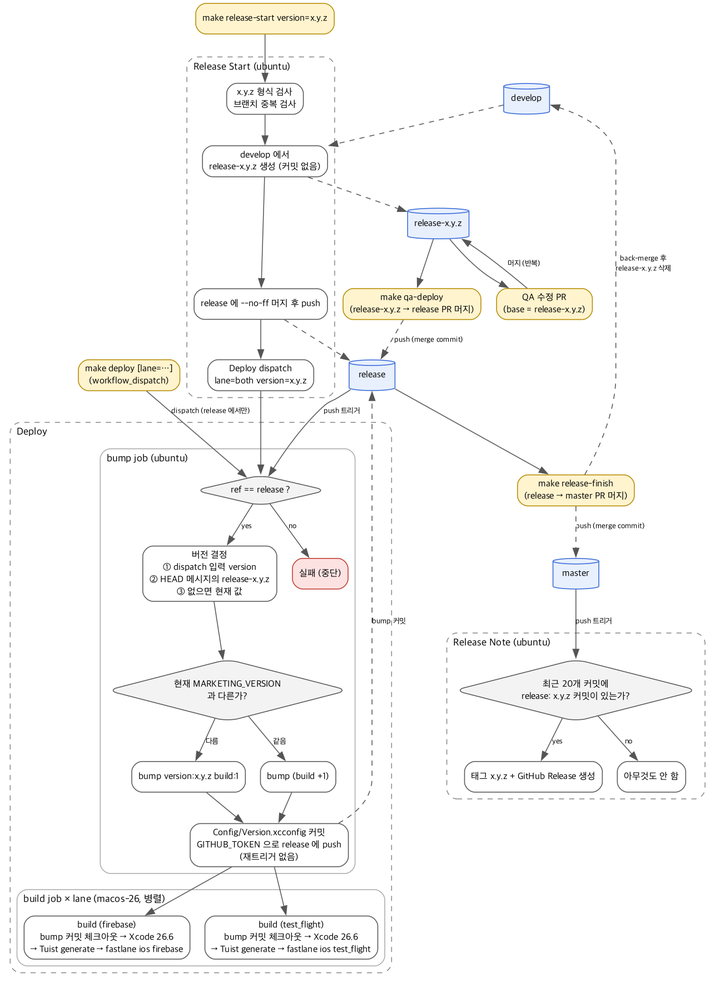
Before: docs/github-actions-flow.png, a diagram exported from Graphviz (JunHyeok0206/iOS-release-pipeline-sandbox). Its source is kept beside it as docs/github-actions-flow.dot. Source of this version:
```dot
digraph GitHubActionsFlow {
    rankdir=TB
    newrank=true
    fontname="Apple SD Gothic Neo"
    node  [fontname="Apple SD Gothic Neo", shape=box, style="rounded,filled", fillcolor="#FFFFFF", color="#555555", fontsize=11]
    edge  [fontname="Apple SD Gothic Neo", fontsize=9, color="#555555"]
    graph [fontsize=12, labeljust=l]

    node [shape=cylinder, style=filled, fillcolor="#E8F0FE", color="#3367D6"]
    develop   [label="develop"]
    relx      [label="release-x.y.z"]
    release   [label="release"]
    master    [label="master"]

    node [shape=box, style="rounded,filled", fillcolor="#FFF4CE", color="#B58900"]
    cmd_start  [label="make release-start version=x.y.z"]
    cmd_qa     [label="make qa-deploy\n(release-x.y.z → release PR 머지)"]
    cmd_deploy [label="make deploy [lane=…]\n(workflow_dispatch)"]
    cmd_finish [label="make release-finish\n(release → master PR 머지)"]
    fixpr      [label="QA 수정 PR\n(base = release-x.y.z)"]

    subgraph cluster_start {
        label="Release Start (ubuntu)"
        style="rounded,dashed"; color="#888888"
        node [fillcolor="#FFFFFF", color="#555555"]
        s1 [label="x.y.z 형식 검사\n브랜치 중복 검사"]
        s2 [label="develop 에서\nrelease-x.y.z 생성 (커밋 없음)"]
        s3 [label="release 에 --no-ff 머지 후 push"]
        s4 [label="Deploy dispatch\nlane=both version=x.y.z"]
        s1 -> s2 -> s3 -> s4
    }

    subgraph cluster_deploy {
        label="Deploy"
        style="rounded,dashed"; color="#888888"
        node [fillcolor="#FFFFFF", color="#555555"]

        subgraph cluster_bump {
            label="bump job (ubuntu)"
            style="rounded"; color="#AAAAAA"
            b0 [label="ref == release ?", shape=diamond, fillcolor="#F3F3F3"]
            b1 [label="버전 결정\n① dispatch 입력 version\n② HEAD 메시지의 release-x.y.z\n③ 없으면 현재 값"]
            b2 [label="현재 MARKETING_VERSION\n과 다른가?", shape=diamond, fillcolor="#F3F3F3"]
            b3 [label="bump version:x.y.z build:1"]
            b4 [label="bump (build +1)"]
            b5 [label="Config/Version.xcconfig 커밋\nGITHUB_TOKEN 으로 release 에 push\n(재트리거 없음)"]
            bfail [label="실패 (중단)", fillcolor="#FDE2E2", color="#C0392B"]
            b0 -> b1 [label="yes"]
            b0 -> bfail [label="no"]
            b1 -> b2
            b2 -> b3 [label="다름"]
            b2 -> b4 [label="같음"]
            b3 -> b5
            b4 -> b5
        }

        subgraph cluster_build {
            label="build job × lane (macos-26, 병렬)"
            style="rounded"; color="#AAAAAA"
            f1 [label="build (firebase)\nbump 커밋 체크아웃 → Xcode 26.6\n→ Tuist generate → fastlane ios firebase"]
            t1 [label="build (test_flight)\nbump 커밋 체크아웃 → Xcode 26.6\n→ Tuist generate → fastlane ios test_flight"]
        }
        b5 -> f1
        b5 -> t1
        { rank=same; f1; t1 }
    }

    subgraph cluster_note {
        label="Release Note (ubuntu)"
        style="rounded,dashed"; color="#888888"
        node [fillcolor="#FFFFFF", color="#555555"]
        n1 [label="최근 20개 커밋에\nrelease: x.y.z 커밋이 있는가?", shape=diamond, fillcolor="#F3F3F3"]
        n2 [label="태그 x.y.z + GitHub Release 생성"]
        n3 [label="아무것도 안 함"]
        n1 -> n2 [label="yes"]
        n1 -> n3 [label="no"]
    }

    cmd_start -> s1
    develop -> s2 [style=dashed]
    s2 -> relx [style=dashed]
    s3 -> release [style=dashed]
    s4 -> b0

    relx -> fixpr
    fixpr -> relx [label="머지 (반복)"]
    relx -> cmd_qa
    cmd_qa -> release [label="push (merge commit)", style=dashed]
    release -> b0 [label="push 트리거"]
    cmd_deploy -> b0 [label="dispatch (release 에서만)"]
    b5 -> release [style=dashed, label="bump 커밋"]

    release -> cmd_finish
    cmd_finish -> master [label="push (merge commit)", style=dashed]
    master -> n1 [label="push 트리거"]
    cmd_finish -> develop [label="back-merge 후\nrelease-x.y.z 삭제", style=dashed]
}
```
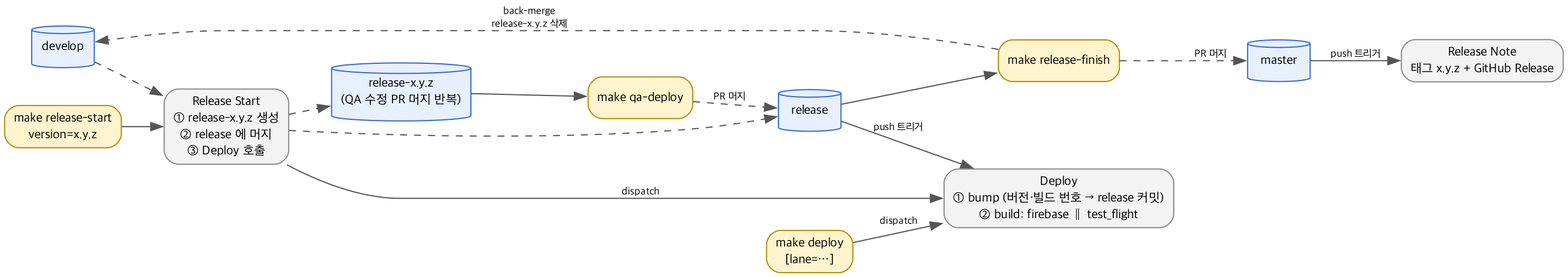
Above is the later version.

Commit message:
docs: GitHub Actions 순서도를 워크플로 단위로 간략화

Diff of the diagram source:
```diff
@@ -1,97 +1,40 @@
 digraph GitHubActionsFlow {
-    rankdir=TB
-    newrank=true
+    rankdir=LR
     fontname="Apple SD Gothic Neo"
-    node  [fontname="Apple SD Gothic Neo", shape=box, style="rounded,filled", fillcolor="#FFFFFF", color="#555555", fontsize=11]
+    node  [fontname="Apple SD Gothic Neo", fontsize=11]
     edge  [fontname="Apple SD Gothic Neo", fontsize=9, color="#555555"]
-    graph [fontsize=12, labeljust=l]
 
     node [shape=cylinder, style=filled, fillcolor="#E8F0FE", color="#3367D6"]
-    develop   [label="develop"]
-    relx      [label="release-x.y.z"]
-    release   [label="release"]
-    master    [label="master"]
+    develop [label="develop"]
+    relx    [label="release-x.y.z\n(QA 수정 PR 머지 반복)"]
+    release [label="release"]
+    master  [label="master"]
 
     node [shape=box, style="rounded,filled", fillcolor="#FFF4CE", color="#B58900"]
-    cmd_start  [label="make release-start version=x.y.z"]
-    cmd_qa     [label="make qa-deploy\n(release-x.y.z → release PR 머지)"]
-    cmd_deploy [label="make deploy [lane=…]\n(workflow_dispatch)"]
-    cmd_finish [label="make release-finish\n(release → master PR 머지)"]
-    fixpr      [label="QA 수정 PR\n(base = release-x.y.z)"]
+    cmd_start  [label="make release-start\nversion=x.y.z"]
+    cmd_qa     [label="make qa-deploy"]
+    cmd_deploy [label="make deploy\n[lane=…]"]
+    cmd_finish [label="make release-finish"]
 
-    subgraph cluster_start {
-        label="Release Start (ubuntu)"
-        style="rounded,dashed"; color="#888888"
-        node [fillcolor="#FFFFFF", color="#555555"]
-        s1 [label="x.y.z 형식 검사\n브랜치 중복 검사"]
-        s2 [label="develop 에서\nrelease-x.y.z 생성 (커밋 없음)"]
-        s3 [label="release 에 --no-ff 머지 후 push"]
-        s4 [label="Deploy dispatch\nlane=both version=x.y.z"]
-        s1 -> s2 -> s3 -> s4
-    }
+    node [shape=box, style="rounded,filled", fillcolor="#F3F3F3", color="#888888"]
+    wf_start  [label="Release Start\n① release-x.y.z 생성\n② release 에 머지\n③ Deploy 호출"]
+    wf_deploy [label="Deploy\n① bump (버전·빌드 번호 → release 커밋)\n② build: firebase ∥ test_flight"]
+    wf_note   [label="Release Note\n태그 x.y.z + GitHub Release"]
 
-    subgraph cluster_deploy {
-        label="Deploy"
-        style="rounded,dashed"; color="#888888"
-        node [fillcolor="#FFFFFF", color="#555555"]
+    cmd_start -> wf_start
+    develop   -> wf_start [style=dashed]
+    wf_start  -> relx     [style=dashed]
+    wf_start  -> release  [style=dashed]
+    wf_start  -> wf_deploy [label="dispatch"]
 
-        subgraph cluster_bump {
-            label="bump job (ubuntu)"
-            style="rounded"; color="#AAAAAA"
-            b0 [label="ref == release ?", shape=diamond, fillcolor="#F3F3F3"]
-            b1 [label="버전 결정\n① dispatch 입력 version\n② HEAD 메시지의 release-x.y.z\n③ 없으면 현재 값"]
-            b2 [label="현재 MARKETING_VERSION\n과 다른가?", shape=diamond, fillcolor="#F3F3F3"]
-            b3 [label="bump version:x.y.z build:1"]
-            b4 [label="bump (build +1)"]
-            b5 [label="Config/Version.xcconfig 커밋\nGITHUB_TOKEN 으로 release 에 push\n(재트리거 없음)"]
-            bfail [label="실패 (중단)", fillcolor="#FDE2E2", color="#C0392B"]
-            b0 -> b1 [label="yes"]
-            b0 -> bfail [label="no"]
-            b1 -> b2
-            b2 -> b3 [label="다름"]
-            b2 -> b4 [label="같음"]
-            b3 -> b5
-            b4 -> b5
-        }
+    relx    -> cmd_qa
+    cmd_qa  -> release   [label="PR 머지", style=dashed]
+    release -> wf_deploy [label="push 트리거"]
+    cmd_deploy -> wf_deploy [label="dispatch"]
 
-        subgraph cluster_build {
-            label="build job × lane (macos-26, 병렬)"
-            style="rounded"; color="#AAAAAA"
-            f1 [label="build (firebase)\nbump 커밋 체크아웃 → Xcode 26.6\n→ Tuist generate → fastlane ios firebase"]
-            t1 [label="build (test_flight)\nbump 커밋 체크아웃 → Xcode 26.6\n→ Tuist generate → fastlane ios test_flight"]
-        }
-        b5 -> f1
-        b5 -> t1
-        { rank=same; f1; t1 }
-    }
+    release    -> cmd_finish
+    cmd_finish -> master  [label="PR 머지", style=dashed]
+    master     -> wf_note [label="push 트리거"]
+    cmd_finish -> develop [label="back-merge\nrelease-x.y.z 삭제", style=dashed]
 
-    subgraph cluster_note {
-        label="Release Note (ubuntu)"
-        style="rounded,dashed"; color="#888888"
-        node [fillcolor="#FFFFFF", color="#555555"]
-        n1 [label="최근 20개 커밋에\nrelease: x.y.z 커밋이 있는가?", shape=diamond, fillcolor="#F3F3F3"]
-        n2 [label="태그 x.y.z + GitHub Release 생성"]
-        n3 [label="아무것도 안 함"]
-        n1 -> n2 [label="yes"]
-        n1 -> n3 [label="no"]
-    }
-
-    cmd_start -> s1
-    develop -> s2 [style=dashed]
-    s2 -> relx [style=dashed]
-    s3 -> release [style=dashed]
-    s4 -> b0
-
-    relx -> fixpr
-    fixpr -> relx [label="머지 (반복)"]
-    relx -> cmd_qa
-    cmd_qa -> release [label="push (merge commit)", style=dashed]
-    release -> b0 [label="push 트리거"]
-    cmd_deploy -> b0 [label="dispatch (release 에서만)"]
-    b5 -> release [style=dashed, label="bump 커밋"]
-
-    release -> cmd_finish
-    cmd_finish -> master [label="push (merge commit)", style=dashed]
-    master -> n1 [label="push 트리거"]
-    cmd_finish -> develop [label="back-merge 후\nrelease-x.y.z 삭제", style=dashed]
 }
```
